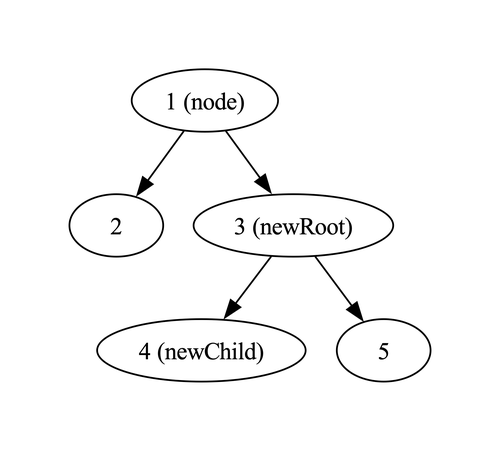
nasa/fprime keeps this Graphviz diagram as Fw/DataStructures/docs/diagrams/rotateSubtree/initial.png. Above is the earlier version. Its source is kept beside it as Fw/DataStructures/docs/diagrams/rotateSubtree/initial.dot.
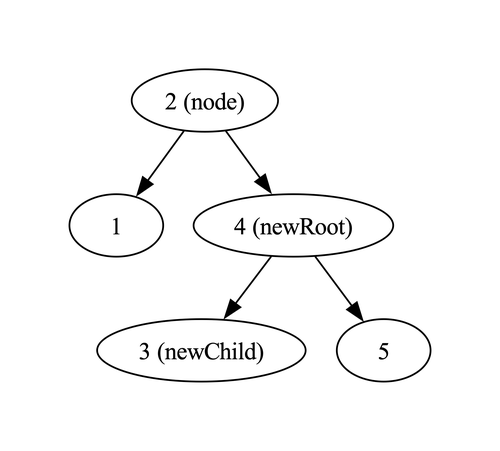
After the change.

The edit, as a diff of the source:
```diff
@@ -1,12 +1,12 @@
 digraph {
 
-  1 -> 2
-  1 -> 3
-  3 -> 4
-  3 -> 5
+  2 -> 1
+  2 -> 4
+  4 -> 3
+  4 -> 5
 
-  1 [label="1 (node)"]
-  3 [label="3 (newRoot)"]
-  4 [label="4 (newChild)"]
+  2 [label="2 (node)"]
+  4 [label="4 (newRoot)"]
+  3 [label="3 (newChild)"]
 
 }
```
